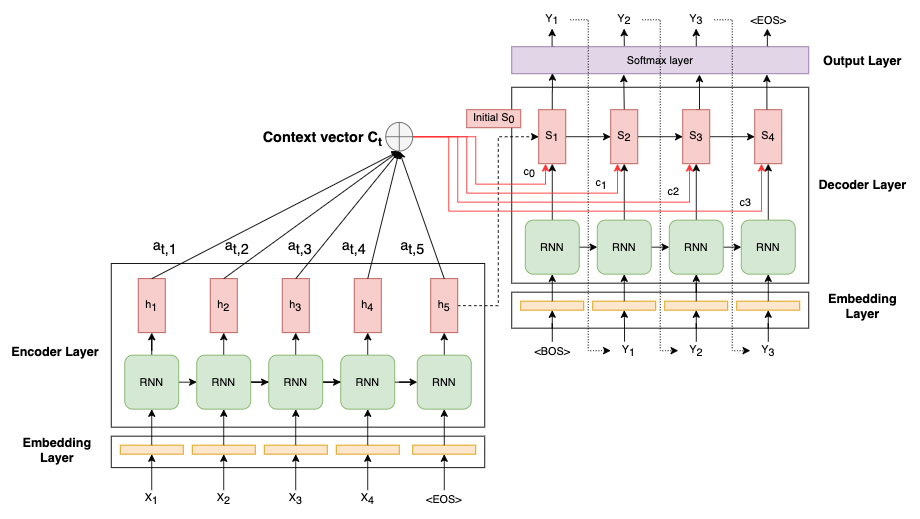
The draw.io diagram post/2019-12-16_transformer_part2/attention_bahdanau_example.png in roymondliao/roymondliao.github.io, before a commit. Source tidied: cells renumbered, new cells last; positions are measured from the earlier drawing's top-left corner, leaving out a move shared by most shapes.
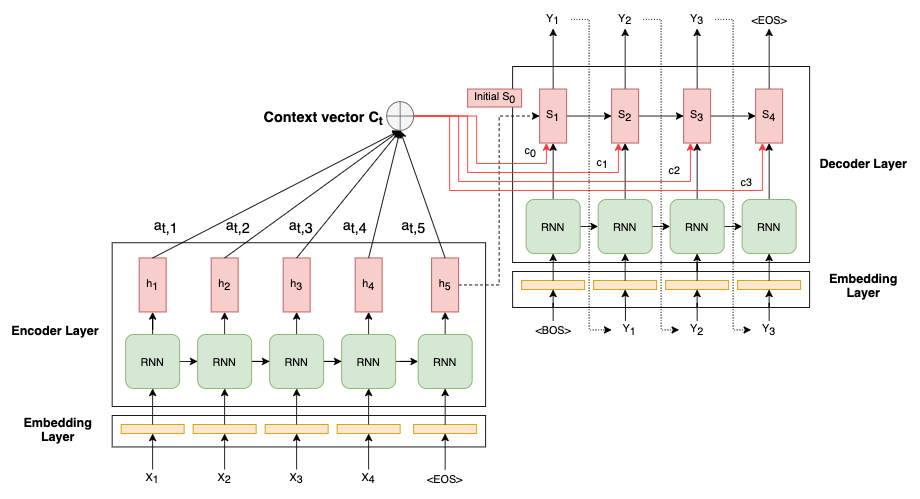
Above is the later version.

What changed in the source:
```diff
@@ -77,66 +77,39 @@
     <mxCell id="26" style="rounded=0;whiteSpace=wrap;html=1;fillColor=#ffe6cc;strokeColor=#d79b00;" parent="1" vertex="1">
       <mxGeometry x="808" y="323" width="70" height="10" as="geometry" />
     </mxCell>
-    <mxCell id="27" style="edgeStyle=orthogonalEdgeStyle;rounded=0;jettySize=auto;html=1;exitX=0.5;exitY=0;exitDx=0;exitDy=0;entryX=0.137;entryY=0.974;entryDx=0;entryDy=0;entryPerimeter=0;" parent="1" edge="1" source="29" target="42">
-      <mxGeometry relative="1" as="geometry" />
-    </mxCell>
     <mxCell id="28" style="edgeStyle=orthogonalEdgeStyle;rounded=0;jettySize=auto;html=1;exitX=1;exitY=0.5;exitDx=0;exitDy=0;entryX=0;entryY=0.5;entryDx=0;entryDy=0;fontSize=16;align=center;" parent="1" edge="1" source="29" target="32">
       <mxGeometry relative="1" as="geometry" />
     </mxCell>
+    <mxCell id="122" style="edgeStyle=orthogonalEdgeStyle;rounded=0;jettySize=auto;html=1;exitX=0.5;exitY=0;exitDx=0;exitDy=0;entryX=0.5;entryY=1;entryDx=0;entryDy=0;" parent="1" edge="1" source="29" target="59">
+      <mxGeometry relative="1" as="geometry" />
+    </mxCell>
     <mxCell id="29" value="S&lt;sub&gt;1&lt;/sub&gt;" style="rounded=0;whiteSpace=wrap;html=1;fillColor=#f8cecc;strokeColor=#b85450;" parent="1" vertex="1">
       <mxGeometry x="588" y="110.3" width="30" height="60" as="geometry" />
     </mxCell>
-    <mxCell id="30" style="edgeStyle=orthogonalEdgeStyle;rounded=0;jettySize=auto;html=1;exitX=0.5;exitY=0;exitDx=0;exitDy=0;entryX=0.377;entryY=1.03;entryDx=0;entryDy=0;entryPerimeter=0;" parent="1" edge="1" source="32" target="42">
-      <mxGeometry relative="1" as="geometry" />
-    </mxCell>
     <mxCell id="31" style="edgeStyle=orthogonalEdgeStyle;rounded=0;jettySize=auto;html=1;exitX=1;exitY=0.5;exitDx=0;exitDy=0;entryX=0;entryY=0.5;entryDx=0;entryDy=0;fontSize=16;align=center;" parent="1" edge="1" source="32" target="35">
       <mxGeometry relative="1" as="geometry" />
     </mxCell>
+    <mxCell id="123" style="edgeStyle=orthogonalEdgeStyle;rounded=0;jettySize=auto;html=1;exitX=0.5;exitY=0;exitDx=0;exitDy=0;entryX=0.5;entryY=1;entryDx=0;entryDy=0;" parent="1" edge="1" source="32" target="61">
+      <mxGeometry relative="1" as="geometry" />
+    </mxCell>
     <mxCell id="32" value="S&lt;sub&gt;2&lt;/sub&gt;" style="rounded=0;whiteSpace=wrap;html=1;fillColor=#f8cecc;strokeColor=#b85450;" parent="1" vertex="1">
       <mxGeometry x="668" y="110.3" width="30" height="60" as="geometry" />
     </mxCell>
-    <mxCell id="33" style="edgeStyle=orthogonalEdgeStyle;rounded=0;jettySize=auto;html=1;exitX=0.5;exitY=0;exitDx=0;exitDy=0;entryX=0.632;entryY=1.03;entryDx=0;entryDy=0;entryPerimeter=0;" parent="1" edge="1" source="35" target="42">
-      <mxGeometry relative="1" as="geometry" />
-    </mxCell>
     <mxCell id="34" style="edgeStyle=orthogonalEdgeStyle;rounded=0;jettySize=auto;html=1;exitX=1;exitY=0.5;exitDx=0;exitDy=0;entryX=0;entryY=0.5;entryDx=0;entryDy=0;fontSize=16;align=center;" parent="1" edge="1" source="35" target="37">
       <mxGeometry relative="1" as="geometry" />
     </mxCell>
+    <mxCell id="124" style="edgeStyle=orthogonalEdgeStyle;rounded=0;jettySize=auto;html=1;exitX=0.5;exitY=0;exitDx=0;exitDy=0;entryX=0.5;entryY=1;entryDx=0;entryDy=0;" parent="1" edge="1" source="35" target="63">
+      <mxGeometry relative="1" as="geometry" />
+    </mxCell>
     <mxCell id="35" value="S&lt;sub&gt;3&lt;/sub&gt;" style="rounded=0;whiteSpace=wrap;html=1;fillColor=#f8cecc;strokeColor=#b85450;" parent="1" vertex="1">
       <mxGeometry x="748" y="110.3" width="30" height="60" as="geometry" />
     </mxCell>
-    <mxCell id="36" style="edgeStyle=orthogonalEdgeStyle;rounded=0;jettySize=auto;html=1;exitX=0.5;exitY=0;exitDx=0;exitDy=0;entryX=0.859;entryY=1.03;entryDx=0;entryDy=0;entryPerimeter=0;" parent="1" edge="1" source="37" target="42">
-      <mxGeometry relative="1" as="geometry" />
-    </mxCell>
+    <mxCell id="125" style="edgeStyle=orthogonalEdgeStyle;rounded=0;jettySize=auto;html=1;exitX=0.5;exitY=0;exitDx=0;exitDy=0;" parent="1" edge="1" source="37" target="64">
+      <mxGeometry relative="1" as="geometry" />
+    </mxCell>
     <mxCell id="37" value="S&lt;sub&gt;4&lt;/sub&gt;" style="rounded=0;whiteSpace=wrap;html=1;fillColor=#f8cecc;strokeColor=#b85450;" parent="1" vertex="1">
       <mxGeometry x="828" y="110.3" width="30" height="60" as="geometry" />
     </mxCell>
-    <mxCell id="38" style="edgeStyle=orthogonalEdgeStyle;rounded=0;jettySize=auto;html=1;entryX=0.5;entryY=1;entryDx=0;entryDy=0;" parent="1" edge="1" source="42">
-      <mxGeometry relative="1" as="geometry">
-        <mxPoint x="762.8" y="20.1" as="targetPoint" />
-        <Array as="points">
-          <mxPoint x="763" y="30.3" />
-          <mxPoint x="763" y="30.3" />
-        </Array>
-      </mxGeometry>
-    </mxCell>
-    <mxCell id="39" style="edgeStyle=orthogonalEdgeStyle;rounded=0;jettySize=auto;html=1;exitX=0.865;exitY=0;exitDx=0;exitDy=0;entryX=0.5;entryY=1;entryDx=0;entryDy=0;exitPerimeter=0;" parent="1" edge="1" source="42">
-      <mxGeometry relative="1" as="geometry">
-        <mxPoint x="842" y="20.1" as="targetPoint" />
-      </mxGeometry>
-    </mxCell>
-    <mxCell id="40" style="edgeStyle=orthogonalEdgeStyle;rounded=0;jettySize=auto;html=1;entryX=0.5;entryY=1;entryDx=0;entryDy=0;exitX=0.144;exitY=0.007;exitDx=0;exitDy=0;exitPerimeter=0;" parent="1" edge="1" source="42">
-      <mxGeometry relative="1" as="geometry">
-        <mxPoint x="602.8" y="20.1" as="targetPoint" />
-      </mxGeometry>
-    </mxCell>
-    <mxCell id="41" style="edgeStyle=orthogonalEdgeStyle;rounded=0;jettySize=auto;html=1;exitX=0.379;exitY=-0.021;exitDx=0;exitDy=0;entryX=0.5;entryY=1;entryDx=0;entryDy=0;exitPerimeter=0;" parent="1" edge="1" source="42">
-      <mxGeometry relative="1" as="geometry">
-        <mxPoint x="682.8" y="20.1" as="targetPoint" />
-      </mxGeometry>
-    </mxCell>
-    <mxCell id="42" value="Softmax layer" style="rounded=0;whiteSpace=wrap;html=1;fillColor=#e1d5e7;strokeColor=#9673a6;" parent="1" vertex="1">
-      <mxGeometry x="558" y="40.3" width="330" height="30" as="geometry" />
-    </mxCell>
     <mxCell id="43" style="edgeStyle=orthogonalEdgeStyle;rounded=0;jettySize=auto;html=1;entryX=0.5;entryY=1;entryDx=0;entryDy=0;" parent="1" edge="1" source="44" target="20">
       <mxGeometry relative="1" as="geometry" />
     </mxCell>
@@ -191,32 +164,32 @@
       <mxGeometry x="378" y="533" width="40" height="20" as="geometry" />
     </mxCell>
     <mxCell id="59" value="&lt;span style=&quot;font-size: 10px&quot;&gt;Y&lt;sub&gt;1&lt;/sub&gt;&lt;/span&gt;" style="text;html=1;strokeColor=none;fillColor=none;align=center;verticalAlign=middle;whiteSpace=wrap;rounded=0;" parent="1" vertex="1">
-      <mxGeometry x="583" y="0.3" width="40" height="20" as="geometry" />
+      <mxGeometry x="583" y="23" width="40" height="20" as="geometry" />
     </mxCell>
     <mxCell id="60" style="edgeStyle=orthogonalEdgeStyle;rounded=0;jettySize=auto;html=1;exitX=1;exitY=0.5;exitDx=0;exitDy=0;dashed=1;dashPattern=1 2;entryX=0;entryY=0.5;entryDx=0;entryDy=0;" parent="1" edge="1" source="61" target="48">
       <mxGeometry relative="1" as="geometry">
         <Array as="points">
-          <mxPoint x="723" y="10" />
+          <mxPoint x="723" y="33" />
           <mxPoint x="723" y="378" />
         </Array>
       </mxGeometry>
     </mxCell>
     <mxCell id="61" value="Y&lt;sub&gt;2&lt;/sub&gt;" style="text;html=1;strokeColor=none;fillColor=none;align=center;verticalAlign=middle;whiteSpace=wrap;rounded=0;" parent="1" vertex="1">
-      <mxGeometry x="663" y="0.3" width="40" height="20" as="geometry" />
+      <mxGeometry x="663" y="23" width="40" height="20" as="geometry" />
     </mxCell>
     <mxCell id="62" style="edgeStyle=orthogonalEdgeStyle;rounded=0;jettySize=auto;html=1;exitX=1;exitY=0.5;exitDx=0;exitDy=0;entryX=0;entryY=0.5;entryDx=0;entryDy=0;dashed=1;dashPattern=1 2;" parent="1" edge="1" source="63" target="50">
       <mxGeometry relative="1" as="geometry">
         <Array as="points">
-          <mxPoint x="803" y="10" />
+          <mxPoint x="803" y="33" />
           <mxPoint x="803" y="378" />
         </Array>
       </mxGeometry>
     </mxCell>
     <mxCell id="63" value="Y&lt;sub&gt;3&lt;/sub&gt;" style="text;html=1;strokeColor=none;fillColor=none;align=center;verticalAlign=middle;whiteSpace=wrap;rounded=0;" parent="1" vertex="1">
-      <mxGeometry x="743" y="0.3" width="40" height="20" as="geometry" />
+      <mxGeometry x="743" y="23" width="40" height="20" as="geometry" />
     </mxCell>
     <mxCell id="64" value="&amp;lt;EOS&amp;gt;" style="text;html=1;align=center;verticalAlign=middle;points=[];" parent="1" vertex="1">
-      <mxGeometry x="818" y="0.3" width="50" height="20" as="geometry" />
+      <mxGeometry x="818" y="23" width="50" height="20" as="geometry" />
     </mxCell>
     <mxCell id="65" value="&lt;font style=&quot;font-size: 14px&quot;&gt;&lt;b&gt;Embedding Layer&lt;/b&gt;&lt;/font&gt;" style="text;html=1;strokeColor=none;fillColor=none;align=center;verticalAlign=middle;whiteSpace=wrap;rounded=0;" parent="1" vertex="1">
       <mxGeometry x="3" y="473" width="100" height="30" as="geometry" />
@@ -230,9 +203,6 @@
     <mxCell id="68" value="&lt;font style=&quot;font-size: 14px&quot;&gt;&lt;b&gt;Decoder Layer&lt;/b&gt;&lt;/font&gt;" style="text;html=1;strokeColor=none;fillColor=none;align=center;verticalAlign=middle;whiteSpace=wrap;rounded=0;" parent="1" vertex="1">
       <mxGeometry x="898.3" y="178" width="100" height="30" as="geometry" />
     </mxCell>
-    <mxCell id="69" value="&lt;font style=&quot;font-size: 14px&quot;&gt;&lt;b&gt;Output Layer&lt;/b&gt;&lt;/font&gt;" style="text;html=1;strokeColor=none;fillColor=none;align=center;verticalAlign=middle;whiteSpace=wrap;rounded=0;" parent="1" vertex="1">
-      <mxGeometry x="898.3" y="40.3" width="100" height="30" as="geometry" />
-    </mxCell>
     <mxCell id="70" style="edgeStyle=orthogonalEdgeStyle;rounded=0;jettySize=auto;html=1;exitX=0.5;exitY=0;exitDx=0;exitDy=0;entryX=0.5;entryY=1;entryDx=0;entryDy=0;fontSize=16;" parent="1" edge="1" source="120" target="75">
       <mxGeometry relative="1" as="geometry" />
     </mxCell>
@@ -323,7 +293,7 @@
     <mxCell id="91" style="edgeStyle=orthogonalEdgeStyle;rounded=0;jettySize=auto;html=1;exitX=1;exitY=0.5;exitDx=0;exitDy=0;entryX=0;entryY=0.5;entryDx=0;entryDy=0;fontSize=16;dashed=1;dashPattern=1 2;spacingLeft=0;labelPosition=center;verticalLabelPosition=middle;align=center;verticalAlign=middle;horizontal=1;" parent="1" edge="1" source="59" target="46">
       <mxGeometry relative="1" as="geometry">
         <Array as="points">
-          <mxPoint x="643" y="10" />
+          <mxPoint x="643" y="33" />
           <mxPoint x="643" y="378" />
         </Array>
       </mxGeometry>
```
